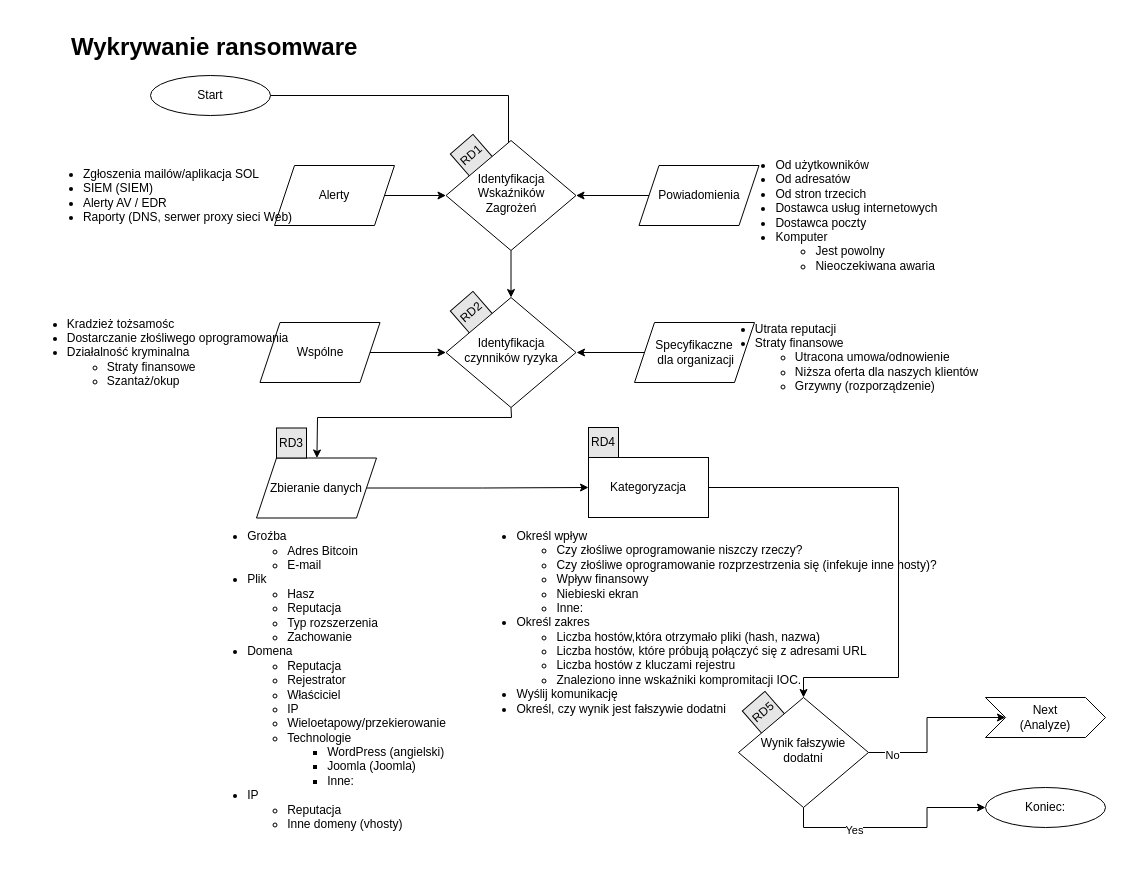
Before: page "Wykrywanie" (1 of 5) of IRP-Ransom/Workflows/Ransom-Workflow.drawio in amigasz/Playbooks, a draw.io diagram. Source tidied: cells renumbered, new cells numbered last; positions are measured from the earlier drawing's top-left corner, leaving out a move shared by most shapes. Both pictures are drawn from the tidied source at 100%, with x=0, y=0 at pixel (17, 27).
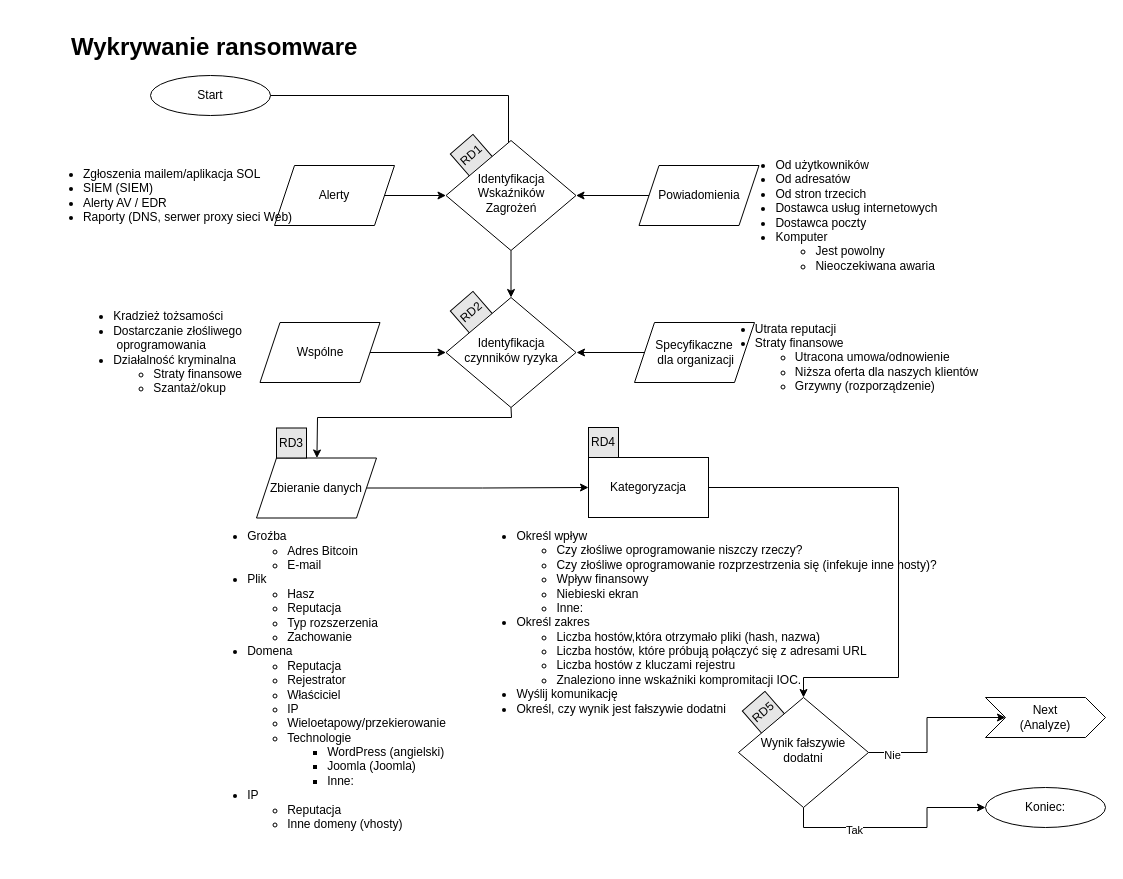
The same diagram, later.

Unchanged cells that the change refers to:
```xml
<mxCell id="33" style="edgeStyle=orthogonalEdgeStyle;rounded=0;jettySize=auto;html=1;exitX=1;exitY=0.5;exitDx=0;exitDy=0;entryX=0;entryY=0.5;entryDx=0;entryDy=0;" parent="1" edge="1" source="37" target="32">
  <mxGeometry relative="1" as="geometry" />
</mxCell>
<mxCell id="35" style="edgeStyle=orthogonalEdgeStyle;rounded=0;jettySize=auto;html=1;exitX=0.5;exitY=1;exitDx=0;exitDy=0;entryX=0;entryY=0.5;entryDx=0;entryDy=0;" parent="1" edge="1" source="37" target="38">
  <mxGeometry relative="1" as="geometry" />
</mxCell>
```

Diff of the diagram source:
```diff
@@
-    <mxCell id="23" value="&lt;div align=&quot;left&quot;&gt;&lt;ul&gt;&lt;li&gt;Zgłoszenia mailów/aplikacja SOL&lt;/li&gt;&lt;li&gt;&lt;span style=&quot;text-align: center&quot;&gt;SIEM (SIEM)&lt;/span&gt;&lt;/li&gt;&lt;li&gt;&lt;span style=&quot;text-align: center&quot;&gt;Alerty AV / EDR&lt;/span&gt;&lt;br&gt;&lt;/li&gt;&lt;li&gt;&lt;span style=&quot;text-align: center&quot;&gt;Raporty (DNS, serwer proxy sieci Web)&lt;/span&gt;&lt;br&gt;&lt;/li&gt;&lt;/ul&gt;&lt;/div&gt;" style="text;html=1;align=center;verticalAlign=middle;fillColor=none;strokeColor=none;rounded=0;" parent="1" vertex="1">
+    <mxCell id="23" value="&lt;div align=&quot;left&quot;&gt;&lt;ul&gt;&lt;li&gt;Zgłoszenia mailem/aplikacja SOL&lt;/li&gt;&lt;li&gt;&lt;span style=&quot;text-align: center&quot;&gt;SIEM (SIEM)&lt;/span&gt;&lt;/li&gt;&lt;li&gt;&lt;span style=&quot;text-align: center&quot;&gt;Alerty AV / EDR&lt;/span&gt;&lt;br&gt;&lt;/li&gt;&lt;li&gt;&lt;span style=&quot;text-align: center&quot;&gt;Raporty (DNS, serwer proxy sieci Web)&lt;/span&gt;&lt;br&gt;&lt;/li&gt;&lt;/ul&gt;&lt;/div&gt;" style="text;html=1;align=center;verticalAlign=middle;fillColor=none;strokeColor=none;rounded=0;" parent="1" vertex="1">
       <mxGeometry x="15" y="118" width="270" height="100" as="geometry" />
     </mxCell>
@@
-    <mxCell id="25" value="&lt;div align=&quot;left&quot;&gt;&lt;ul&gt;&lt;li&gt;&lt;font&gt;Kradzież tożsamośc&lt;/font&gt;&lt;br&gt;&lt;/li&gt;&lt;li&gt;&lt;font&gt;Dostarczanie złośliwego oprogramowania&lt;/font&gt;&lt;br&gt;&lt;/li&gt;&lt;li&gt;Działalność kryminalna&lt;/li&gt;&lt;ul&gt;&lt;li&gt;Straty finansowe&lt;/li&gt;&lt;li&gt;Szantaż/okup&lt;/li&gt;&lt;/ul&gt;&lt;/ul&gt;&lt;/div&gt;" style="text;html=1;align=center;verticalAlign=middle;fillColor=none;strokeColor=none;rounded=0;" parent="1" vertex="1">
-      <mxGeometry y="270" width="280" height="110" as="geometry" />
+    <mxCell id="25" value="&lt;div align=&quot;left&quot;&gt;&lt;ul&gt;&lt;li&gt;&lt;font&gt;Kradzież tożsamości&lt;/font&gt;&lt;br&gt;&lt;/li&gt;&lt;li&gt;&lt;font&gt;Dostarczanie złośliwego&lt;br&gt;&amp;nbsp;oprogramowania&lt;/font&gt;&lt;br&gt;&lt;/li&gt;&lt;li&gt;Działalność kryminalna&lt;/li&gt;&lt;ul&gt;&lt;li&gt;Straty finansowe&lt;/li&gt;&lt;li&gt;Szantaż/okup&lt;/li&gt;&lt;/ul&gt;&lt;/ul&gt;&lt;/div&gt;" style="text;html=1;align=center;verticalAlign=middle;fillColor=none;strokeColor=none;rounded=0;" parent="1" vertex="1">
+      <mxGeometry x="45" y="265" width="190" height="120" as="geometry" />
     </mxCell>
@@
-    <mxCell id="34" value="No" style="edgeLabel;html=1;align=center;verticalAlign=middle;" parent="33" vertex="1">
+    <mxCell id="34" value="Nie" style="edgeLabel;html=1;align=center;verticalAlign=middle;" parent="33" vertex="1">
       <mxGeometry x="-0.73" y="-2" relative="1" as="geometry" />
     </mxCell>
@@
-    <mxCell id="36" value="Yes" style="edgeLabel;html=1;align=center;verticalAlign=middle;" parent="35" vertex="1">
+    <mxCell id="36" value="Tak" style="edgeLabel;html=1;align=center;verticalAlign=middle;" parent="35" vertex="1">
       <mxGeometry x="-0.37" y="-2" relative="1" as="geometry" />
     </mxCell>
```
